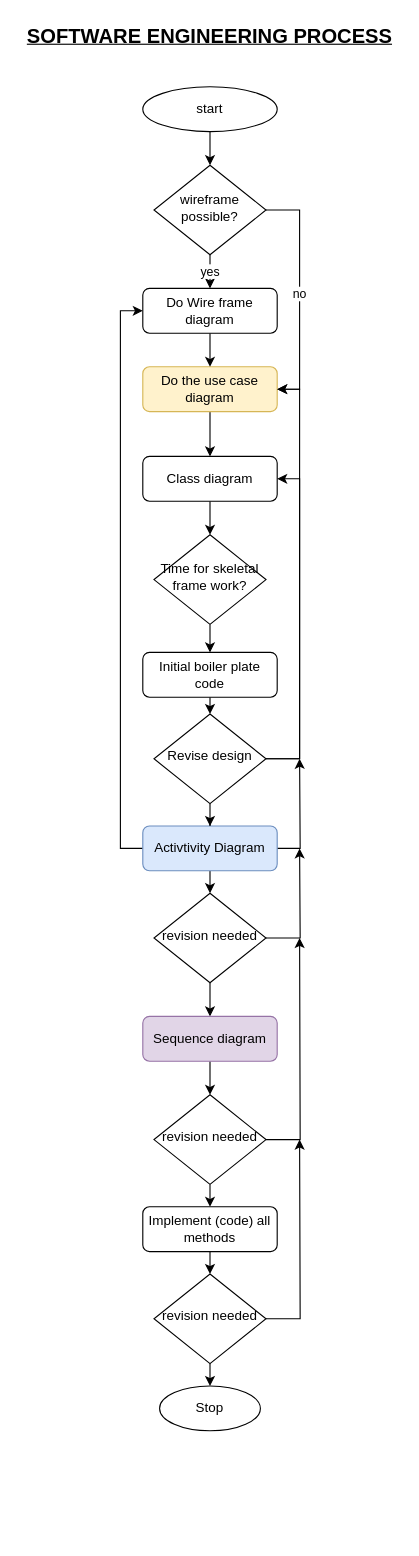
Earlier version of the draw.io diagram schema/software engineering.drawio (deeperj/rust). Source tidied: cells renumbered, new cells numbered last; positions are measured from the earlier drawing's top-left corner, leaving out a move shared by most shapes. Both pictures are drawn from the tidied source at 112%, with x=0, y=0 at pixel (19, 19).
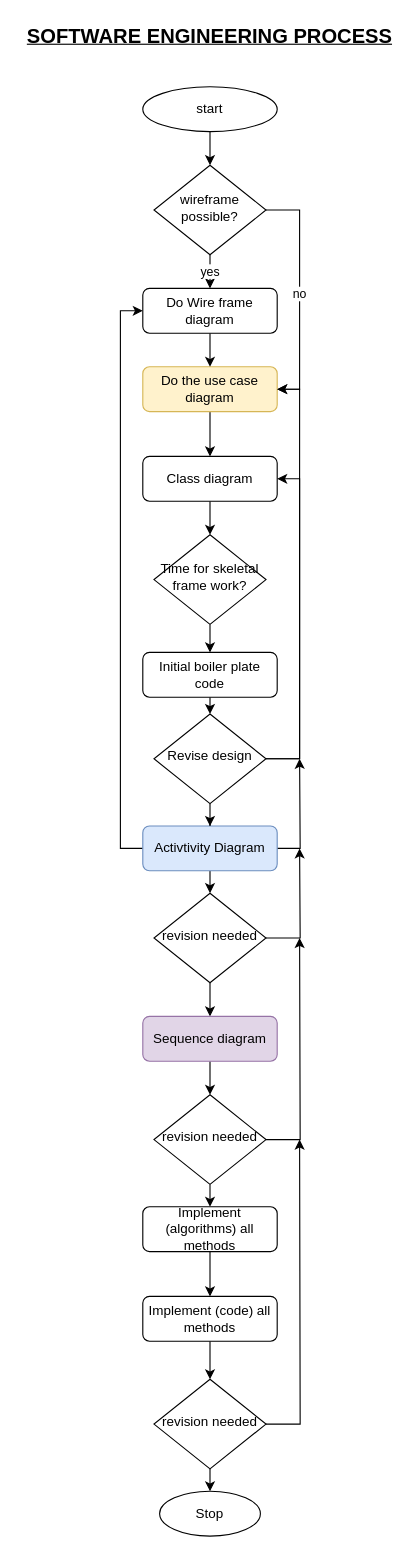
The same page after the edit.

The edit, as a diff of the source:
```diff
@@
     <mxCell id="22" value="Stop" style="ellipse;whiteSpace=wrap;html=1;" parent="1" vertex="1">
-      <mxGeometry x="125" y="1220" width="90" height="40" as="geometry" />
+      <mxGeometry x="125" y="1314" width="90" height="40" as="geometry" />
     </mxCell>
@@
-    <mxCell id="35" style="edgeStyle=orthogonalEdgeStyle;rounded=0;jettySize=auto;html=1;exitX=0.5;exitY=1;exitDx=0;exitDy=0;entryX=0.5;entryY=0;entryDx=0;entryDy=0;" parent="1" edge="1" source="36" target="39">
+    <mxCell id="35" style="edgeStyle=orthogonalEdgeStyle;rounded=0;jettySize=auto;html=1;exitX=0.5;exitY=1;exitDx=0;exitDy=0;entryX=0.5;entryY=0;entryDx=0;entryDy=0;" parent="1" edge="1" source="40" target="39">
       <mxGeometry relative="1" as="geometry" />
     </mxCell>
-    <mxCell id="36" value="Implement (code) all methods" style="rounded=1;whiteSpace=wrap;html=1;fontSize=12;glass=0;strokeWidth=1;shadow=0;" parent="1" vertex="1">
+    <mxCell id="36" value="Implement (algorithms) all methods" style="rounded=1;whiteSpace=wrap;html=1;fontSize=12;glass=0;strokeWidth=1;shadow=0;" parent="1" vertex="1">
       <mxGeometry x="110" y="1060" width="120" height="40" as="geometry" />
     </mxCell>
@@
     <mxCell id="39" value="revision needed" style="rhombus;whiteSpace=wrap;html=1;shadow=0;fontFamily=Helvetica;fontSize=12;align=center;strokeWidth=1;spacing=6;spacingTop=-4;" parent="1" vertex="1">
-      <mxGeometry x="120" y="1120" width="100" height="80" as="geometry" />
+      <mxGeometry x="120" y="1214" width="100" height="80" as="geometry" />
     </mxCell>
+    <mxCell id="40" value="Implement (code) all methods" style="rounded=1;whiteSpace=wrap;html=1;fontSize=12;glass=0;strokeWidth=1;shadow=0;" parent="1" vertex="1">
+      <mxGeometry x="110" y="1140" width="120" height="40" as="geometry" />
+    </mxCell>
+    <mxCell id="41" style="edgeStyle=orthogonalEdgeStyle;rounded=0;jettySize=auto;html=1;exitX=0.5;exitY=1;exitDx=0;exitDy=0;entryX=0.5;entryY=0;entryDx=0;entryDy=0;" parent="1" edge="1" source="36" target="40">
+      <mxGeometry relative="1" as="geometry" />
+    </mxCell>
```
